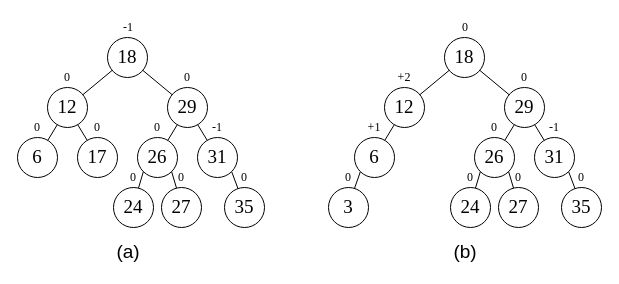
Before: 6/6-3.drawio in Wankupi/figures, a draw.io diagram. Source tidied: cells renumbered, new cells numbered last; positions are measured from the earlier drawing's top-left corner, leaving out a move shared by most shapes. Both pictures are drawn from the tidied source at 100%, with x=0, y=0 at pixel (17, 17).
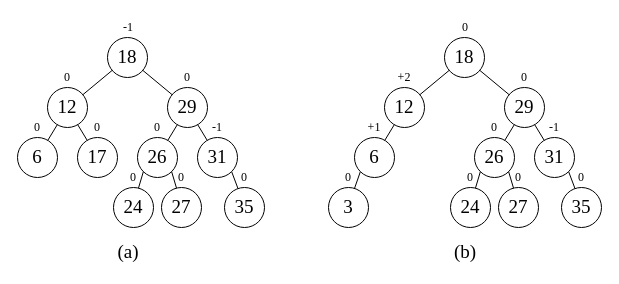
Above is the later version.

Change to the diagram source:
```diff
@@
-    <mxCell id="32" value="&lt;span style=&quot;font-size: 19px;&quot;&gt;(a)&lt;/span&gt;" style="text;html=1;strokeColor=none;fillColor=none;align=center;verticalAlign=middle;whiteSpace=wrap;rounded=0;fontSize=11;fontFamily=Helvetica;fontColor=default;" parent="1" vertex="1">
+    <mxCell id="32" value="&lt;span style=&quot;font-size: 19px;&quot;&gt;(a)&lt;/span&gt;" style="text;html=1;strokeColor=none;fillColor=none;align=center;verticalAlign=middle;whiteSpace=wrap;rounded=0;fontSize=19;fontFamily=Times New Roman;fontColor=default;" parent="1" vertex="1">
       <mxGeometry x="81" y="220" width="60" height="30" as="geometry" />
     </mxCell>
@@
-    <mxCell id="63" value="&lt;span style=&quot;font-size: 19px;&quot;&gt;(b)&lt;/span&gt;" style="text;html=1;strokeColor=none;fillColor=none;align=center;verticalAlign=middle;whiteSpace=wrap;rounded=0;fontSize=11;fontFamily=Helvetica;fontColor=default;" parent="1" vertex="1">
+    <mxCell id="63" value="&lt;span style=&quot;font-size: 19px;&quot;&gt;(b)&lt;/span&gt;" style="text;html=1;strokeColor=none;fillColor=none;align=center;verticalAlign=middle;whiteSpace=wrap;rounded=0;fontSize=19;fontFamily=Times New Roman;fontColor=default;" parent="1" vertex="1">
       <mxGeometry x="418" y="220" width="60" height="30" as="geometry" />
     </mxCell>
```
